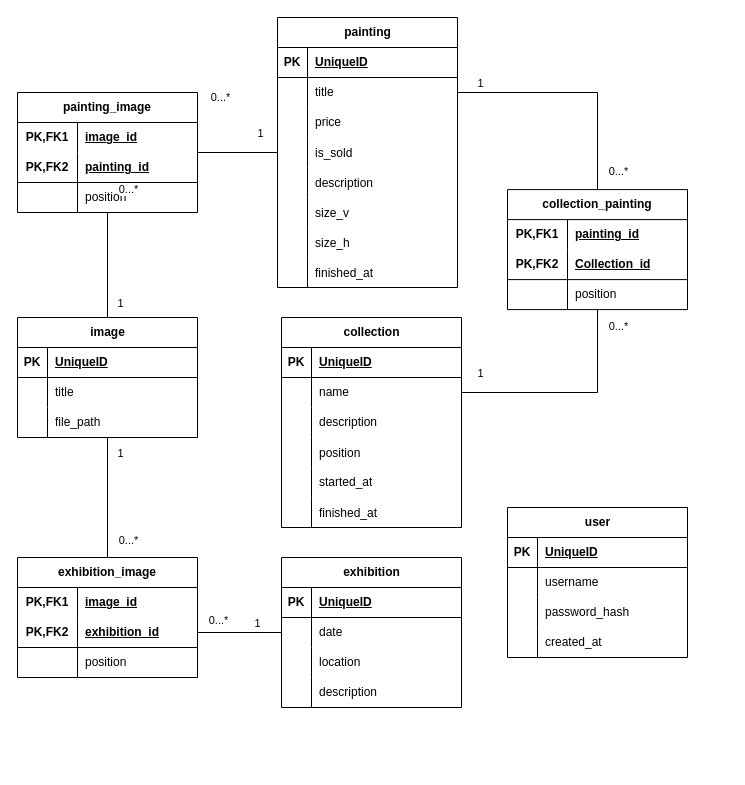
Above: page "Page-1" (1 of 22) of db/meretehoff_db.drawio in aTrueYety/meretehoff (draw.io), before the change. Source tidied: cells renumbered, new cells numbered last; positions are measured from the earlier drawing's top-left corner, leaving out a move shared by most shapes. Both pictures are drawn from the tidied source at 100%, with x=0, y=0 at pixel (17, 17).
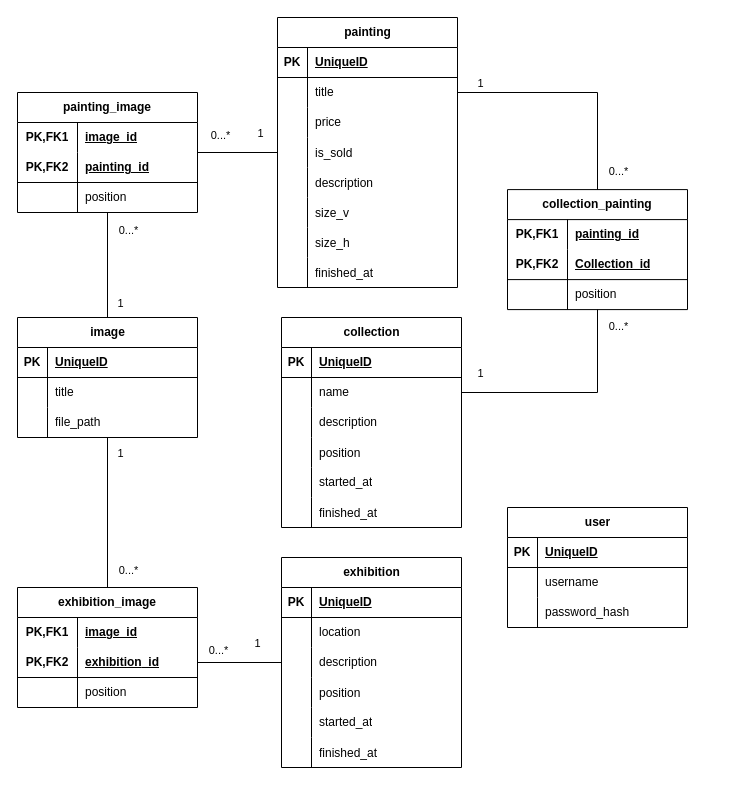
Above is the later version.

Change to the diagram source:
```diff
@@
     <mxCell id="27" value="user" style="shape=table;startSize=30;childLayout=tableLayout;rowLines=0;fontStyle=1;align=center;html=1;" parent="1" vertex="1">
-      <mxGeometry x="490" y="490" width="180" height="150" as="geometry" />
+      <mxGeometry x="490" y="490" width="180" height="120" as="geometry" />
     </mxCell>
@@
-    <mxCell id="37" style="shape=tableRow;horizontal=0;startSize=0;swimlaneHead=0;swimlaneBody=0;fillColor=none;top=0;left=0;right=0;bottom=0;" parent="27" vertex="1">
-      <mxGeometry y="120" width="180" height="30" as="geometry" />
-    </mxCell>
-    <mxCell id="38" style="shape=partialRectangle;fillColor=none;top=0;left=0;bottom=0;right=0;overflow=hidden;whiteSpace=wrap;html=1;" parent="37" vertex="1">
-      <mxGeometry width="30" height="30" as="geometry" />
-    </mxCell>
-    <mxCell id="39" value="created_at" style="shape=partialRectangle;fillColor=none;top=0;left=0;bottom=0;right=0;align=left;spacingLeft=6;overflow=hidden;whiteSpace=wrap;html=1;" parent="37" vertex="1">
-      <mxGeometry x="30" width="150" height="30" as="geometry" />
-    </mxCell>
@@
     <mxCell id="98" value="0...*" style="edgeLabel;html=1;align=center;verticalAlign=middle;" parent="1" vertex="1">
-      <mxGeometry x="610" y="157.1" as="geometry">
+      <mxGeometry x="610" y="195" as="geometry">
         <mxPoint x="-408" y="-78" as="offset" />
       </mxGeometry>
     </mxCell>
     <mxCell id="99" value="0...*" style="edgeLabel;html=1;align=center;verticalAlign=middle;" parent="1" vertex="1">
-      <mxGeometry x="620" y="169.6" as="geometry">
+      <mxGeometry x="620" y="210" as="geometry">
         <mxPoint x="-510" y="2" as="offset" />
       </mxGeometry>
     </mxCell>
@@
     <mxCell id="102" value="&lt;div&gt;exhibition&lt;/div&gt;" style="shape=table;startSize=30;childLayout=tableLayout;rowLines=0;fontStyle=1;align=center;html=1;" parent="1" vertex="1">
-      <mxGeometry x="264" y="540" width="180" height="150" as="geometry" />
+      <mxGeometry x="264" y="540" width="180" height="210" as="geometry" />
     </mxCell>
@@
-    <mxCell id="106" style="shape=tableRow;horizontal=0;startSize=0;swimlaneHead=0;swimlaneBody=0;fillColor=none;top=0;left=0;right=0;bottom=0;" parent="102" vertex="1">
-      <mxGeometry y="60" width="180" height="30" as="geometry" />
-    </mxCell>
-    <mxCell id="107" style="shape=partialRectangle;fillColor=none;top=0;left=0;bottom=0;right=0;overflow=hidden;whiteSpace=wrap;html=1;" parent="106" vertex="1">
-      <mxGeometry width="30" height="30" as="geometry" />
-    </mxCell>
-    <mxCell id="108" value="date" style="shape=partialRectangle;fillColor=none;top=0;left=0;bottom=0;right=0;align=left;spacingLeft=6;overflow=hidden;whiteSpace=wrap;html=1;" parent="106" vertex="1">
-      <mxGeometry x="30" width="150" height="30" as="geometry" />
-    </mxCell>
     <mxCell id="109" style="shape=tableRow;horizontal=0;startSize=0;swimlaneHead=0;swimlaneBody=0;fillColor=none;top=0;left=0;right=0;bottom=0;" parent="102" vertex="1">
-      <mxGeometry y="90" width="180" height="30" as="geometry" />
+      <mxGeometry y="60" width="180" height="30" as="geometry" />
     </mxCell>
@@
     <mxCell id="112" style="shape=tableRow;horizontal=0;startSize=0;swimlaneHead=0;swimlaneBody=0;fillColor=none;top=0;left=0;right=0;bottom=0;" parent="102" vertex="1">
-      <mxGeometry y="120" width="180" height="30" as="geometry" />
+      <mxGeometry y="90" width="180" height="30" as="geometry" />
     </mxCell>
@@
+    <mxCell id="37" style="shape=tableRow;horizontal=0;startSize=0;swimlaneHead=0;swimlaneBody=0;fillColor=none;top=0;left=0;right=0;bottom=0;" parent="102" vertex="1">
+      <mxGeometry y="120" width="180" height="30" as="geometry" />
+    </mxCell>
+    <mxCell id="130" style="shape=partialRectangle;fillColor=none;top=0;left=0;bottom=0;right=0;overflow=hidden;" parent="37" vertex="1">
+      <mxGeometry width="30" height="30" as="geometry" />
+    </mxCell>
+    <mxCell id="131" value="position" style="shape=partialRectangle;fillColor=none;top=0;left=0;bottom=0;right=0;align=left;spacingLeft=6;overflow=hidden;" parent="37" vertex="1">
+      <mxGeometry x="30" width="150" height="30" as="geometry" />
+    </mxCell>
+    <mxCell id="106" style="shape=tableRow;horizontal=0;startSize=0;swimlaneHead=0;swimlaneBody=0;fillColor=none;top=0;left=0;right=0;bottom=0;" parent="102" vertex="1">
+      <mxGeometry y="150" width="180" height="30" as="geometry" />
+    </mxCell>
+    <mxCell id="107" style="shape=partialRectangle;fillColor=none;top=0;left=0;bottom=0;right=0;overflow=hidden;whiteSpace=wrap;html=1;" parent="106" vertex="1">
+      <mxGeometry width="30" height="30" as="geometry" />
+    </mxCell>
+    <mxCell id="108" value="started_at" style="shape=partialRectangle;fillColor=none;top=0;left=0;bottom=0;right=0;align=left;spacingLeft=6;overflow=hidden;whiteSpace=wrap;html=1;" parent="106" vertex="1">
+      <mxGeometry x="30" width="150" height="30" as="geometry" />
+    </mxCell>
+    <mxCell id="132" style="shape=tableRow;horizontal=0;startSize=0;swimlaneHead=0;swimlaneBody=0;fillColor=none;top=0;left=0;right=0;bottom=0;" parent="102" vertex="1">
+      <mxGeometry y="180" width="180" height="30" as="geometry" />
+    </mxCell>
+    <mxCell id="133" style="shape=partialRectangle;fillColor=none;top=0;left=0;bottom=0;right=0;overflow=hidden;" parent="132" vertex="1">
+      <mxGeometry width="30" height="30" as="geometry" />
+    </mxCell>
+    <mxCell id="134" value="finished_at" style="shape=partialRectangle;fillColor=none;top=0;left=0;bottom=0;right=0;align=left;spacingLeft=6;overflow=hidden;" parent="132" vertex="1">
+      <mxGeometry x="30" width="150" height="30" as="geometry" />
+    </mxCell>
     <mxCell id="115" value="&lt;span style=&quot;text-wrap-mode: nowrap;&quot;&gt;exhibition&lt;/span&gt;_image" style="shape=table;startSize=30;childLayout=tableLayout;rowLines=0;fontStyle=1;align=center;html=1;whiteSpace=wrap;" parent="1" vertex="1">
-      <mxGeometry y="540" width="180" height="120" as="geometry" />
+      <mxGeometry y="570" width="180" height="120" as="geometry" />
     </mxCell>
@@
     <mxCell id="127" value="0...*" style="edgeLabel;html=1;align=center;verticalAlign=middle;" parent="1" vertex="1">
-      <mxGeometry x="620" y="520" as="geometry">
+      <mxGeometry x="620" y="550" as="geometry">
         <mxPoint x="-510" y="2" as="offset" />
       </mxGeometry>
     </mxCell>
     <mxCell id="128" value="0...*" style="edgeLabel;html=1;align=center;verticalAlign=middle;" parent="1" vertex="1">
-      <mxGeometry x="710" y="600" as="geometry">
+      <mxGeometry x="710" y="630" as="geometry">
         <mxPoint x="-510" y="2" as="offset" />
       </mxGeometry>
     </mxCell>
     <mxCell id="129" value="1" style="edgeLabel;html=1;align=center;verticalAlign=middle;" parent="1" vertex="1">
-      <mxGeometry x="390" y="660" as="geometry">
+      <mxGeometry x="390" y="680" as="geometry">
         <mxPoint x="-151" y="-55" as="offset" />
       </mxGeometry>
     </mxCell>
```
